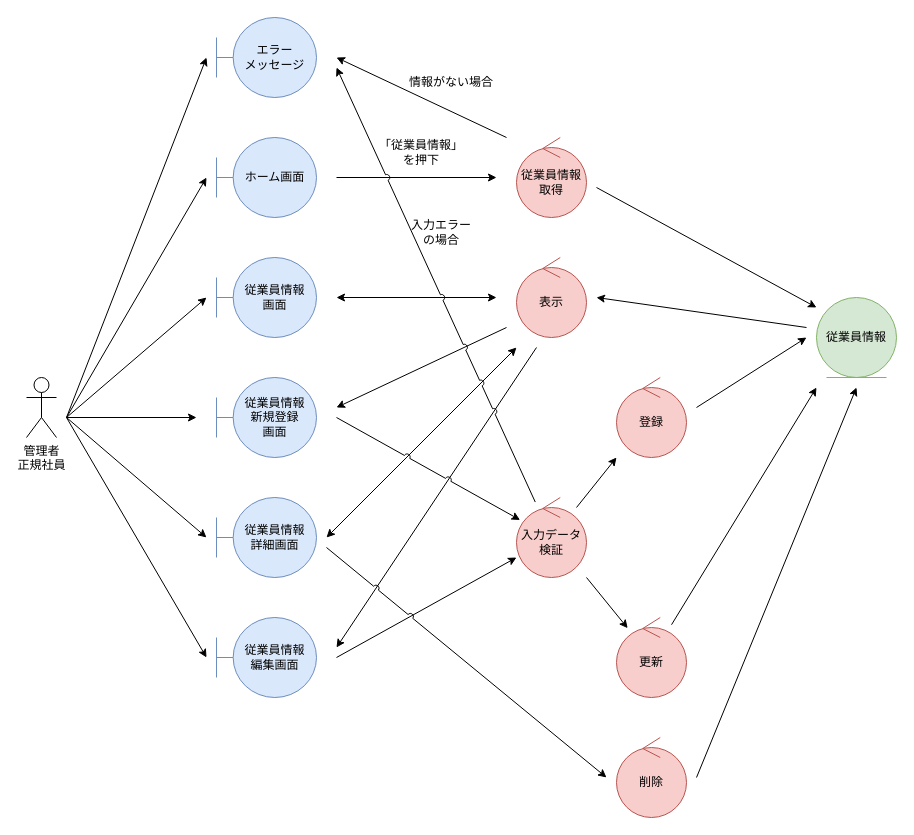
The draw.io diagram page "従業員情報管理" (1 of 9) of 各種設計書/3ロバストネス図/人事管理/従業員情報管理.drawio in HaruShim/Sotuken, before the edit. Source tidied: cells renumbered, new cells numbered last; positions are measured from the earlier drawing's top-left corner, leaving out a move shared by most shapes. Both pictures are drawn from the tidied source at 100%, with x=0, y=0 at pixel (26, 17).
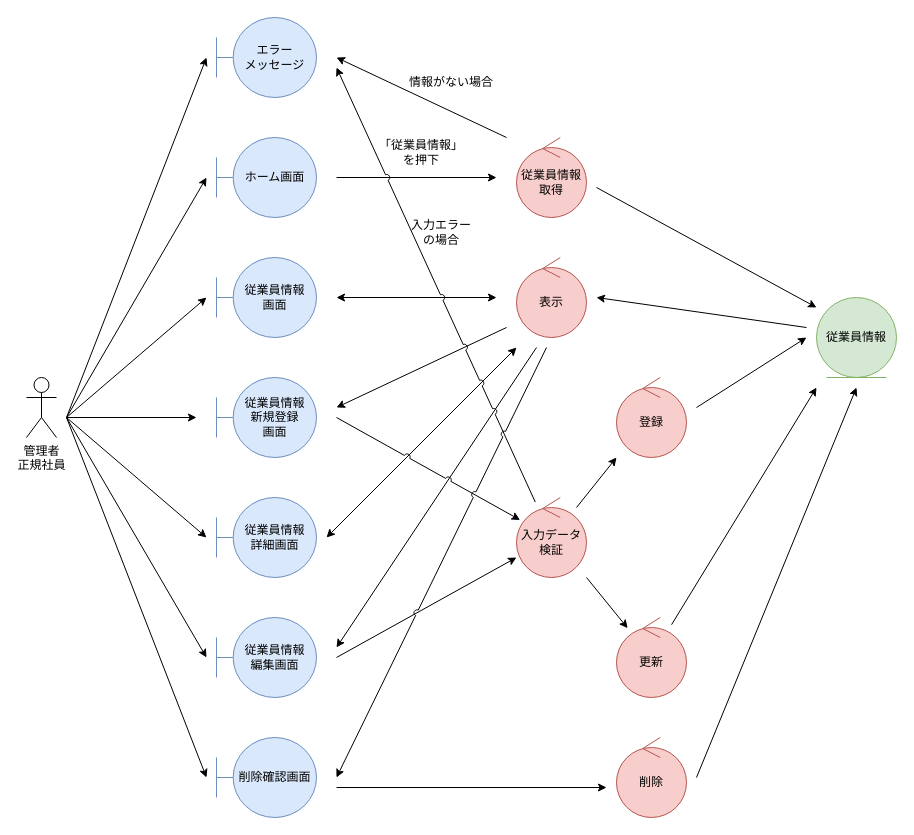
Above is the later version.

Change to the diagram source:
```diff
@@
     <mxCell id="41" style="endArrow=classic;html=1;rounded=0;jumpStyle=arc;" parent="1" edge="1">
       <mxGeometry relative="1" as="geometry">
-        <mxPoint x="300" y="530" as="sourcePoint" />
-        <mxPoint x="580" y="760" as="targetPoint" />
+        <mxPoint x="520" y="330" as="sourcePoint" />
+        <mxPoint x="310" y="760" as="targetPoint" />
       </mxGeometry>
     </mxCell>
+    <mxCell id="42" value="削除確認画面" style="shape=umlBoundary;whiteSpace=wrap;html=1;fillColor=#dae8fc;strokeColor=#6c8ebf;" parent="1" vertex="1">
+      <mxGeometry x="190" y="720" width="100" height="80" as="geometry" />
+    </mxCell>
+    <mxCell id="43" style="endArrow=classic;html=1;rounded=0;" parent="1" edge="1">
+      <mxGeometry relative="1" as="geometry">
+        <mxPoint x="310" y="770" as="sourcePoint" />
+        <mxPoint x="580" y="770" as="targetPoint" />
+      </mxGeometry>
+    </mxCell>
+    <mxCell id="44" style="endArrow=classic;html=1;rounded=0;" parent="1" edge="1">
+      <mxGeometry relative="1" as="geometry">
+        <mxPoint x="40" y="400" as="sourcePoint" />
+        <mxPoint x="180" y="760" as="targetPoint" />
+      </mxGeometry>
+    </mxCell>
```
